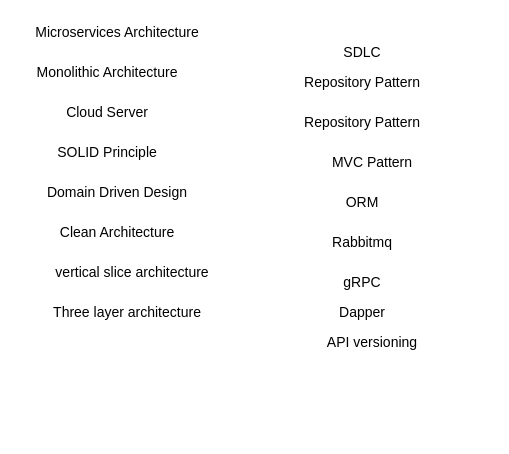
This is FlowOfAsking.drawio from walidulhasan/UML, a draw.io file, before an edit. Source tidied: cells renumbered, new cells numbered last; positions are measured from the earlier drawing's top-left corner, leaving out a move shared by most shapes. Both pictures are drawn from the tidied source at 100%, with x=0, y=0 at pixel (17, 17).
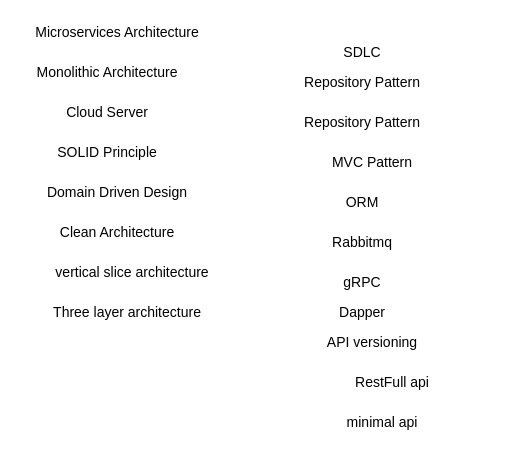
Above is the later version.

Change to the diagram source:
```diff
@@
+    <mxCell id="19" value="&lt;font style=&quot;font-size: 14px;&quot;&gt;RestFull api&lt;/font&gt;" style="text;html=1;strokeColor=none;fillColor=none;align=center;verticalAlign=middle;whiteSpace=wrap;rounded=0;" parent="1" vertex="1">
+      <mxGeometry x="275" y="350" width="200" height="30" as="geometry" />
+    </mxCell>
+    <mxCell id="20" value="&lt;font style=&quot;font-size: 14px;&quot;&gt;minimal api&lt;/font&gt;" style="text;html=1;strokeColor=none;fillColor=none;align=center;verticalAlign=middle;whiteSpace=wrap;rounded=0;" parent="1" vertex="1">
+      <mxGeometry x="265" y="390" width="200" height="30" as="geometry" />
+    </mxCell>
```
